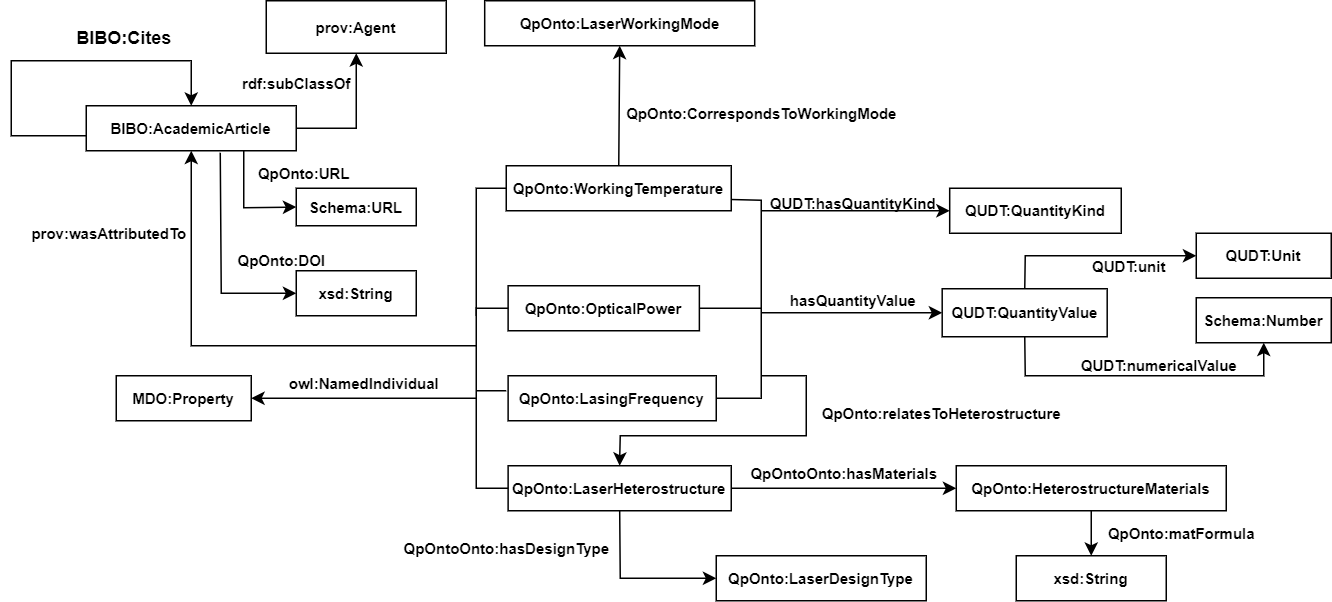
Before: Images/qKG.png, a diagram exported from draw.io (DeperiasKerre/qKG). Source tidied: cells renumbered, new cells last; positions are measured from the earlier drawing's top-left corner, leaving out a move shared by most shapes.
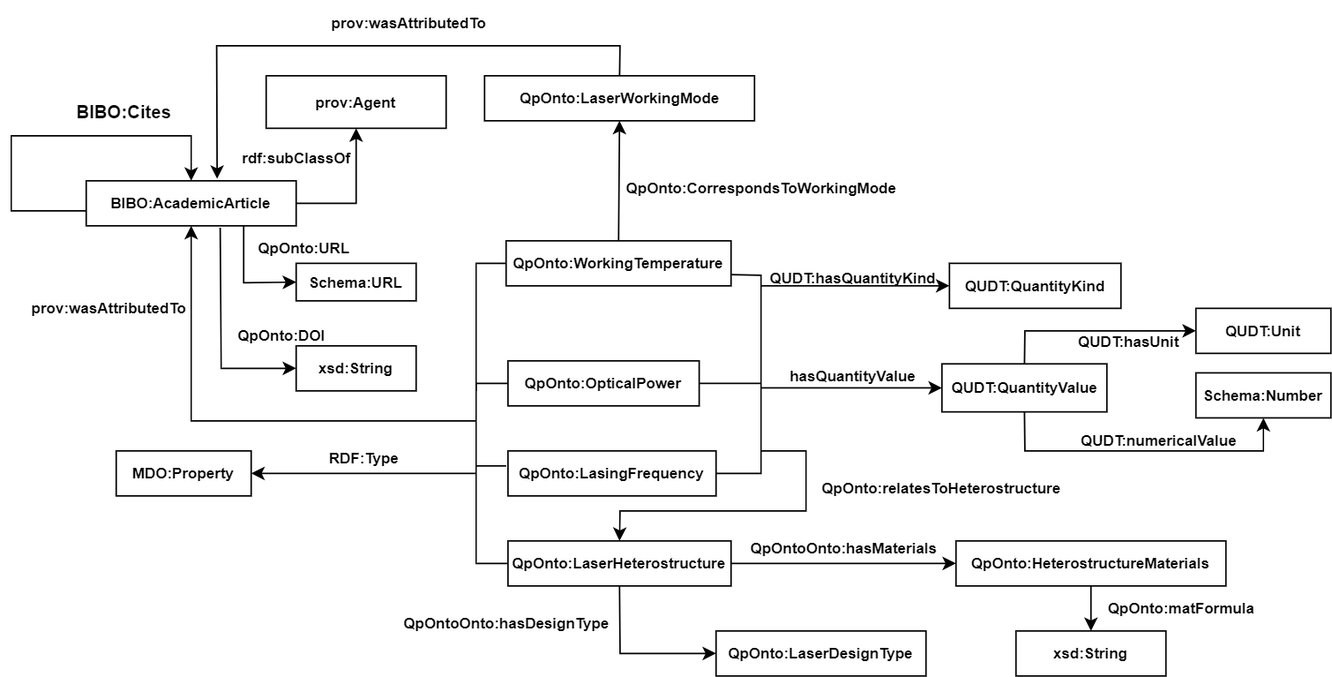
The same diagram one commit later.

Change to the diagram source:
```diff
@@ -71,8 +71,8 @@
     <mxCell id="20" value="&lt;b&gt;BIBO:Cites&lt;/b&gt;" style="text;html=1;align=center;verticalAlign=middle;strokeColor=none;fillColor=none;" parent="1" vertex="1">
       <mxGeometry x="30" y="10" width="90" height="30" as="geometry" />
     </mxCell>
-    <mxCell id="21" value="&lt;font style=&quot;font-size: 10px;&quot;&gt;&lt;b&gt;owl:NamedIndividual&lt;/b&gt;&lt;/font&gt;" style="text;html=1;align=center;verticalAlign=middle;strokeColor=none;fillColor=none;" parent="1" vertex="1">
-      <mxGeometry x="175" y="240" width="120" height="30" as="geometry" />
+    <mxCell id="21" value="&lt;font style=&quot;font-size: 10px;&quot;&gt;&lt;b&gt;RDF:Type&lt;/b&gt;&lt;/font&gt;" style="text;html=1;align=center;verticalAlign=middle;strokeColor=none;fillColor=none;" parent="1" vertex="1">
+      <mxGeometry x="200" y="240" width="70" height="30" as="geometry" />
     </mxCell>
     <mxCell id="22" style="endArrow=classic;html=1;rounded=0;entryX=0.5;entryY=1;entryDx=0;entryDy=0;" parent="1" edge="1" target="6">
       <mxGeometry relative="1" as="geometry">
@@ -82,7 +82,7 @@
         </Array>
       </mxGeometry>
     </mxCell>
-    <mxCell id="23" value="&lt;b&gt;&lt;font style=&quot;font-size: 10px;&quot;&gt;prov:wasAttributedTo&lt;/font&gt;&lt;/b&gt;" style="text;html=1;align=center;verticalAlign=middle;strokeColor=none;fillColor=none;" parent="1" vertex="1">
+    <mxCell id="23" value="&lt;font style=&quot;font-size: 10px;&quot;&gt;&lt;b&gt;prov:wasAttributedTo&lt;/b&gt;&lt;/font&gt;" style="text;html=1;align=center;verticalAlign=middle;strokeColor=none;fillColor=none;" parent="1" vertex="1">
       <mxGeometry y="140" width="130" height="30" as="geometry" />
     </mxCell>
     <mxCell id="24" value="&lt;font style=&quot;font-size: 10px;&quot;&gt;&lt;b&gt;xsd:String&lt;/b&gt;&lt;/font&gt;" style="rounded=0;whiteSpace=wrap;html=1;" parent="1" vertex="1">
@@ -164,8 +164,8 @@
         </Array>
       </mxGeometry>
     </mxCell>
-    <mxCell id="37" value="&lt;b&gt;&lt;font style=&quot;font-size: 10px;&quot;&gt;QUDT:unit&lt;/font&gt;&lt;/b&gt;" style="text;html=1;align=center;verticalAlign=middle;strokeColor=none;fillColor=none;" parent="1" vertex="1">
-      <mxGeometry x="710" y="162" width="70" height="30" as="geometry" />
+    <mxCell id="37" value="&lt;b&gt;&lt;font style=&quot;font-size: 10px;&quot;&gt;QUDT:hasUnit&lt;/font&gt;&lt;/b&gt;" style="text;html=1;align=center;verticalAlign=middle;strokeColor=none;fillColor=none;" parent="1" vertex="1">
+      <mxGeometry x="700" y="162" width="90" height="30" as="geometry" />
     </mxCell>
     <mxCell id="38" value="&lt;font style=&quot;font-size: 10px;&quot;&gt;&lt;b&gt;QUDT:numericalValue&lt;/b&gt;&lt;/font&gt;" style="text;html=1;align=center;verticalAlign=middle;strokeColor=none;fillColor=none;" parent="1" vertex="1">
       <mxGeometry x="700" y="228" width="130" height="30" as="geometry" />
@@ -232,5 +232,16 @@
         <mxPoint x="500" y="208" as="sourcePoint" />
       </mxGeometry>
     </mxCell>
+    <mxCell id="54" style="endArrow=classic;html=1;rounded=0;exitX=0.5;exitY=0;exitDx=0;exitDy=0;entryX=-0.027;entryY=0.956;entryDx=0;entryDy=0;entryPerimeter=0;" parent="1" edge="1" source="7" target="44">
+      <mxGeometry relative="1" as="geometry">
+        <Array as="points">
+          <mxPoint x="406" y="-20" />
+          <mxPoint x="137" y="-20" />
+        </Array>
+      </mxGeometry>
+    </mxCell>
+    <mxCell id="55" value="&lt;b&gt;&lt;font style=&quot;font-size: 10px;&quot;&gt;prov:wasAttributedTo&lt;/font&gt;&lt;/b&gt;" style="text;html=1;align=center;verticalAlign=middle;strokeColor=none;fillColor=none;" parent="1" vertex="1">
+      <mxGeometry x="200" y="-50" width="130" height="30" as="geometry" />
+    </mxCell>
   </root>
 </mxGraphModel>
```
